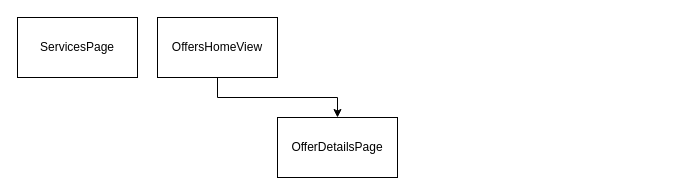
Above: Untitled Diagram.drawio in urusai88/EFI (draw.io), before the change. Source tidied: cells renumbered, new cells numbered last; positions are measured from the earlier drawing's top-left corner, leaving out a move shared by most shapes. Both pictures are drawn from the tidied source at 100%, with x=0, y=0 at pixel (17, 17).
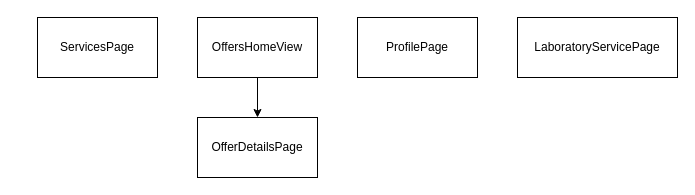
After the change.

Diff of the diagram source:
```diff
@@
 <mxGraphModel>
   <root>
     <mxCell id="0" />
     <mxCell id="1" parent="0" />
     <mxCell id="2" value="ServicesPage" style="rounded=0;whiteSpace=wrap;html=1;" parent="1" vertex="1">
-      <mxGeometry width="120" height="60" as="geometry" />
+      <mxGeometry x="20" width="120" height="60" as="geometry" />
     </mxCell>
     <mxCell id="3" style="edgeStyle=orthogonalEdgeStyle;rounded=0;jettySize=auto;html=1;" parent="1" edge="1" source="4" target="5">
       <mxGeometry relative="1" as="geometry" />
     </mxCell>
     <mxCell id="4" value="OffersHomeView" style="rounded=0;whiteSpace=wrap;html=1;" parent="1" vertex="1">
-      <mxGeometry x="140" width="120" height="60" as="geometry" />
+      <mxGeometry x="180" width="120" height="60" as="geometry" />
     </mxCell>
     <mxCell id="5" value="OfferDetailsPage" style="rounded=0;whiteSpace=wrap;html=1;" parent="1" vertex="1">
-      <mxGeometry x="260" y="100" width="120" height="60" as="geometry" />
+      <mxGeometry x="180" y="100" width="120" height="60" as="geometry" />
     </mxCell>
+    <mxCell id="6" value="ProfilePage" style="rounded=0;whiteSpace=wrap;html=1;" parent="1" vertex="1">
+      <mxGeometry x="340" width="120" height="60" as="geometry" />
+    </mxCell>
+    <mxCell id="7" value="LaboratoryServicePage&lt;br&gt;" style="rounded=0;whiteSpace=wrap;html=1;" parent="1" vertex="1">
+      <mxGeometry x="500" width="160" height="60" as="geometry" />
+    </mxCell>
   </root>
 </mxGraphModel>
```
